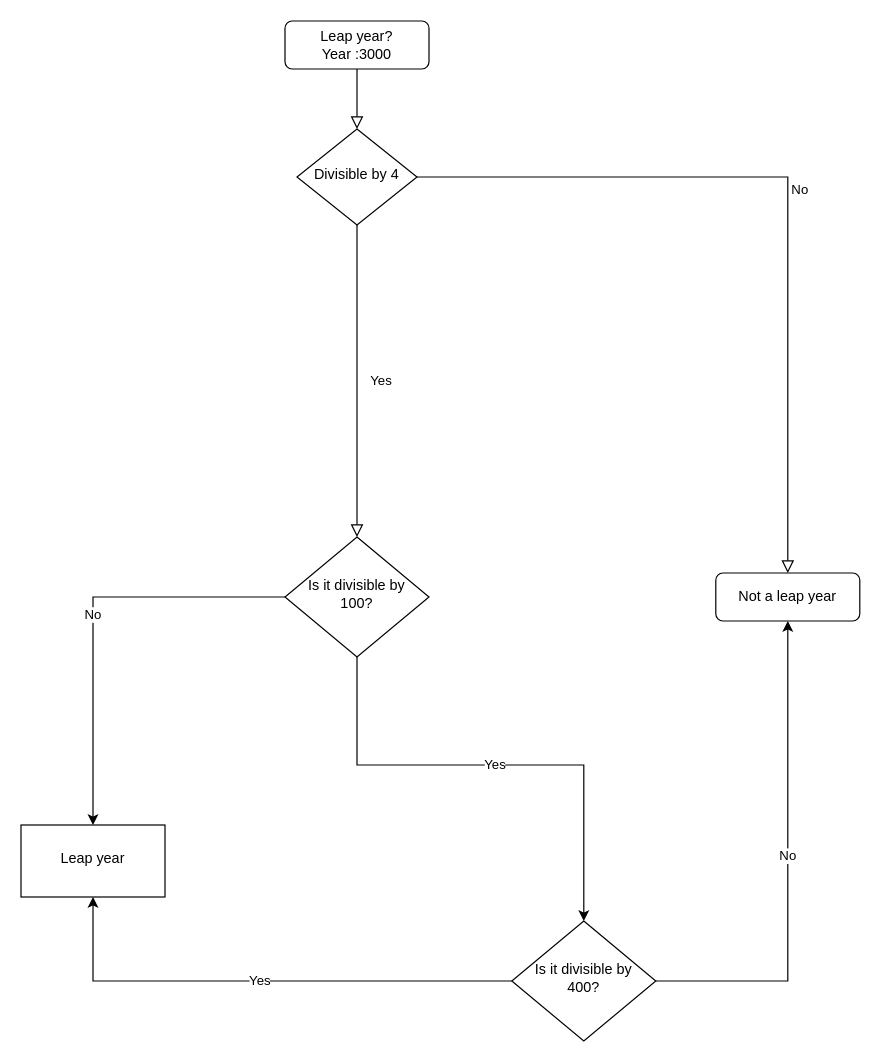
The draw.io diagram Untitled Diagram.drawio in macaya105/macaya105, before the edit. Source tidied: cells renumbered, new cells numbered last; positions are measured from the earlier drawing's top-left corner, leaving out a move shared by most shapes. Both pictures are drawn from the tidied source at 120%, with x=0, y=0 at pixel (20, 20).
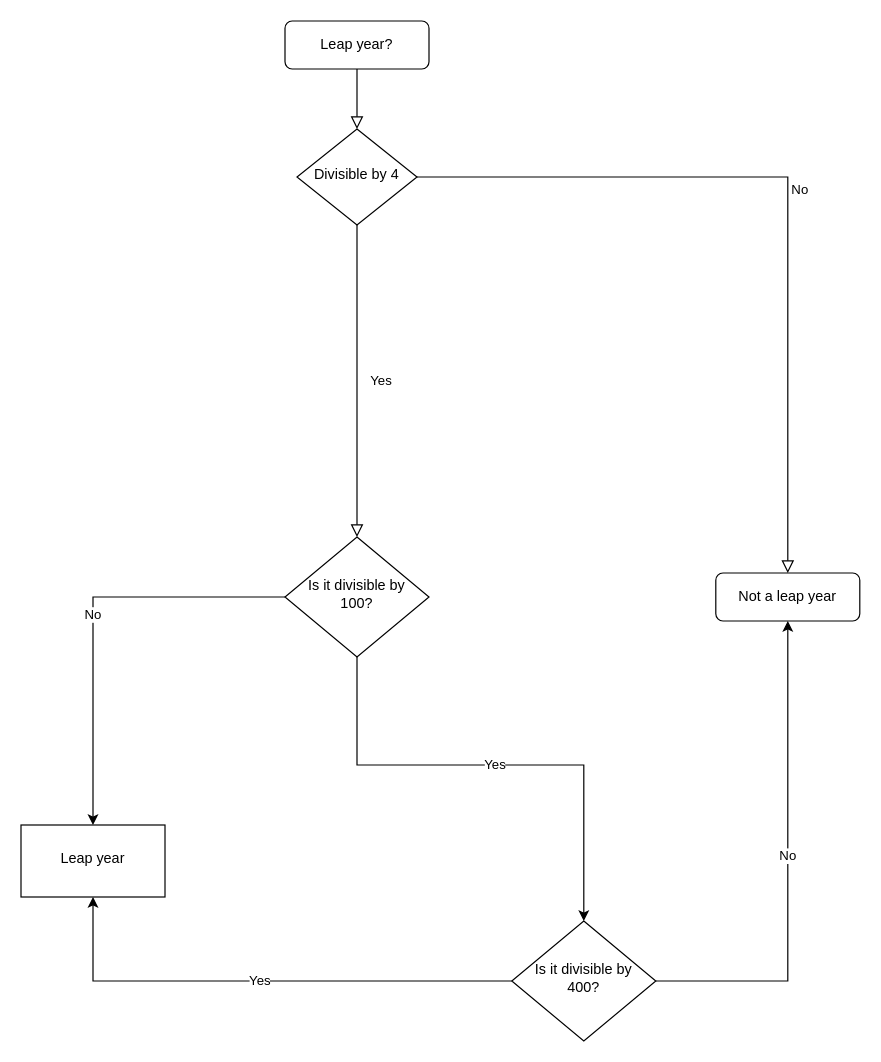
The same diagram, later.

Change to the diagram source:
```diff
@@
 <mxGraphModel>
   <root>
     <mxCell id="0" />
     <mxCell id="1" parent="0" />
     <mxCell id="2" style="rounded=0;html=1;jettySize=auto;fontSize=11;endArrow=block;endFill=0;endSize=8;strokeWidth=1;shadow=0;labelBackgroundColor=none;edgeStyle=orthogonalEdgeStyle;" parent="1" edge="1" source="3" target="6">
       <mxGeometry relative="1" as="geometry" />
     </mxCell>
-    <mxCell id="3" value="Leap year?&lt;br&gt;Year :3000" style="rounded=1;whiteSpace=wrap;html=1;fontSize=12;glass=0;strokeWidth=1;shadow=0;" parent="1" vertex="1">
+    <mxCell id="3" value="Leap year?" style="rounded=1;whiteSpace=wrap;html=1;fontSize=12;glass=0;strokeWidth=1;shadow=0;" parent="1" vertex="1">
       <mxGeometry x="220" width="120" height="40" as="geometry" />
     </mxCell>
     <mxCell id="4" value="Yes" style="rounded=0;html=1;jettySize=auto;fontSize=11;endArrow=block;endFill=0;endSize=8;strokeWidth=1;shadow=0;labelBackgroundColor=none;edgeStyle=orthogonalEdgeStyle;" parent="1" edge="1" source="6" target="10">
       <mxGeometry y="20" relative="1" as="geometry" />
     </mxCell>
     <mxCell id="5" value="No" style="edgeStyle=orthogonalEdgeStyle;rounded=0;html=1;jettySize=auto;fontSize=11;endArrow=block;endFill=0;endSize=8;strokeWidth=1;shadow=0;labelBackgroundColor=none;" parent="1" edge="1" source="6" target="7">
       <mxGeometry y="10" relative="1" as="geometry" />
     </mxCell>
     <mxCell id="6" value="Divisible by 4" style="rhombus;whiteSpace=wrap;html=1;shadow=0;fontFamily=Helvetica;fontSize=12;align=center;strokeWidth=1;spacing=6;spacingTop=-4;" parent="1" vertex="1">
       <mxGeometry x="230" y="90" width="100" height="80" as="geometry" />
     </mxCell>
     <mxCell id="7" value="Not a leap year" style="rounded=1;whiteSpace=wrap;html=1;fontSize=12;glass=0;strokeWidth=1;shadow=0;" parent="1" vertex="1">
       <mxGeometry x="579" y="460" width="120" height="40" as="geometry" />
     </mxCell>
     <mxCell id="8" value="Yes" style="edgeStyle=orthogonalEdgeStyle;rounded=0;jettySize=auto;html=1;" parent="1" edge="1" source="10" target="13">
       <mxGeometry relative="1" as="geometry">
         <Array as="points">
           <mxPoint x="280" y="620" />
           <mxPoint x="469" y="620" />
         </Array>
       </mxGeometry>
     </mxCell>
     <mxCell id="9" value="No" style="edgeStyle=orthogonalEdgeStyle;rounded=0;jettySize=auto;html=1;" parent="1" edge="1" source="10" target="14">
       <mxGeometry relative="1" as="geometry" />
     </mxCell>
     <mxCell id="10" value="Is it divisible by 100?" style="rhombus;whiteSpace=wrap;html=1;shadow=0;fontFamily=Helvetica;fontSize=12;align=center;strokeWidth=1;spacing=6;spacingTop=-4;" parent="1" vertex="1">
       <mxGeometry x="220" y="430" width="120" height="100" as="geometry" />
     </mxCell>
     <mxCell id="11" value="No" style="edgeStyle=orthogonalEdgeStyle;rounded=0;jettySize=auto;html=1;verticalAlign=bottom;" parent="1" edge="1" source="13" target="7">
       <mxGeometry relative="1" as="geometry" />
     </mxCell>
     <mxCell id="12" value="Yes" style="edgeStyle=orthogonalEdgeStyle;rounded=0;jettySize=auto;html=1;" parent="1" edge="1" source="13" target="14">
       <mxGeometry relative="1" as="geometry" />
     </mxCell>
     <mxCell id="13" value="Is it divisible by 400?" style="rhombus;whiteSpace=wrap;html=1;shadow=0;fontFamily=Helvetica;fontSize=12;align=center;strokeWidth=1;spacing=6;spacingTop=-4;" parent="1" vertex="1">
       <mxGeometry x="409" y="750" width="120" height="100" as="geometry" />
     </mxCell>
     <mxCell id="14" value="Leap year" style="whiteSpace=wrap;html=1;shadow=0;strokeWidth=1;spacing=6;spacingTop=-4;" parent="1" vertex="1">
       <mxGeometry y="670" width="120" height="60" as="geometry" />
     </mxCell>
   </root>
 </mxGraphModel>
```
